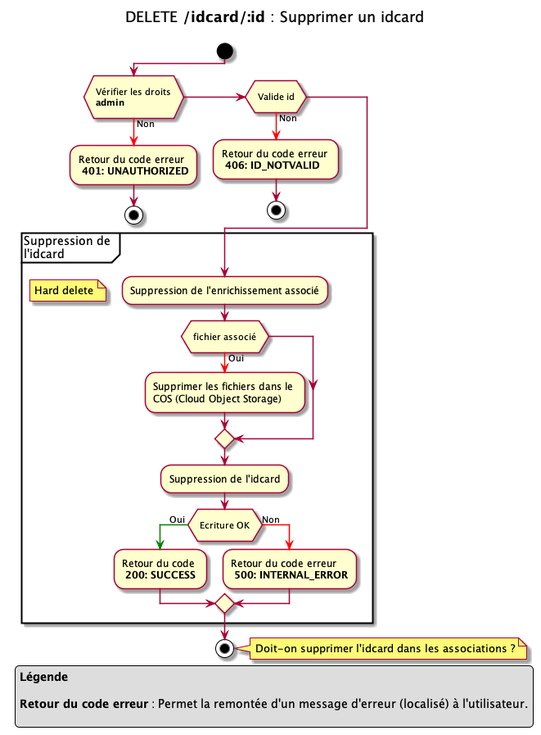
The PlantUML diagram 01.byd-DataFactory/1.ArchitectureDossier/images/idcard_delete.png in cogirep/documentation, before a commit.
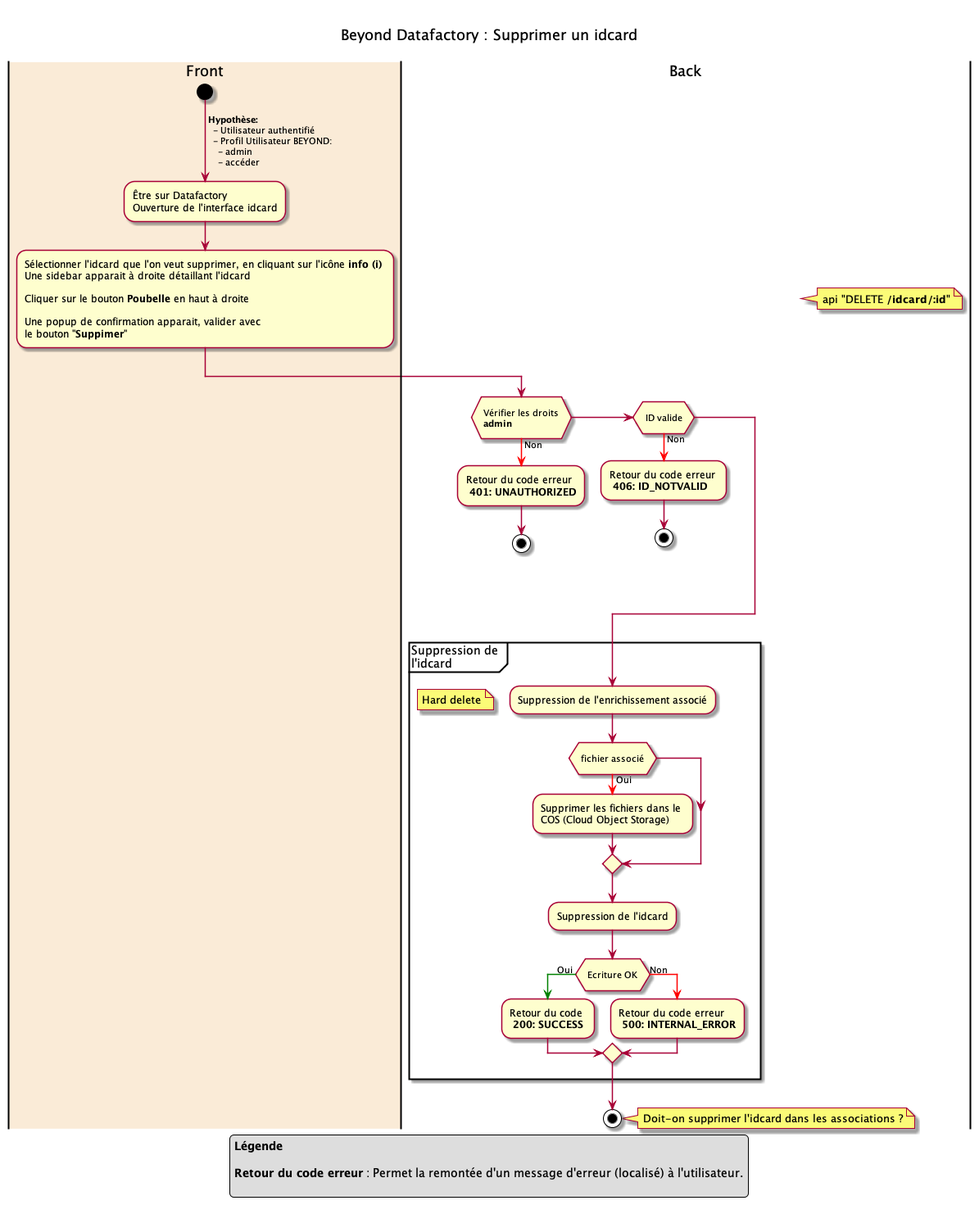
The same diagram one commit later.

The edit, as a diff of the source:
```diff
@@ -1,21 +1,31 @@
-@startuml
+@startuml idcard_delete
 
 title
-DELETE **/idcard/:id** : Supprimer un idcard
+
+Beyond Datafactory : Supprimer un idcard
 
 end title
 
+|#AntiqueWhite| Front |
 start
+->  **Hypothèse:** \n  - Utilisateur authentifié \n  - Profil Utilisateur BEYOND:  \n    - admin\n    - accéder;
+
+-Être sur Datafactory\nOuverture de l'interface idcard
+-Sélectionner l'idcard que l'on veut supprimer, en cliquant sur l'icône **info (i)** \nUne sidebar apparait à droite détaillant l'idcard\n\nCliquer sur le bouton **Poubelle** en haut à droite \n\nUne popup de confirmation apparait, valider avec \nle bouton "**Suppimer**"
+
+| Back |
+note right
+  api "DELETE **/idcard/:id**"
+end note
 if ( \n Vérifier les droits \n **admin** \n)
 -[#red]-> Non ;
 -Retour du code erreur \n **401: UNAUTHORIZED**
 stop
-elseif ( \n Valide id \n )
+elseif ( \n ID valide \n )
 -[#red]-> Non ;
 -Retour du code erreur \n **406: ID_NOTVALID**
 stop
 endif
-
 
 partition "Suppression de \nl'idcard" {
     -Suppression de l'enrichissement associé
```
